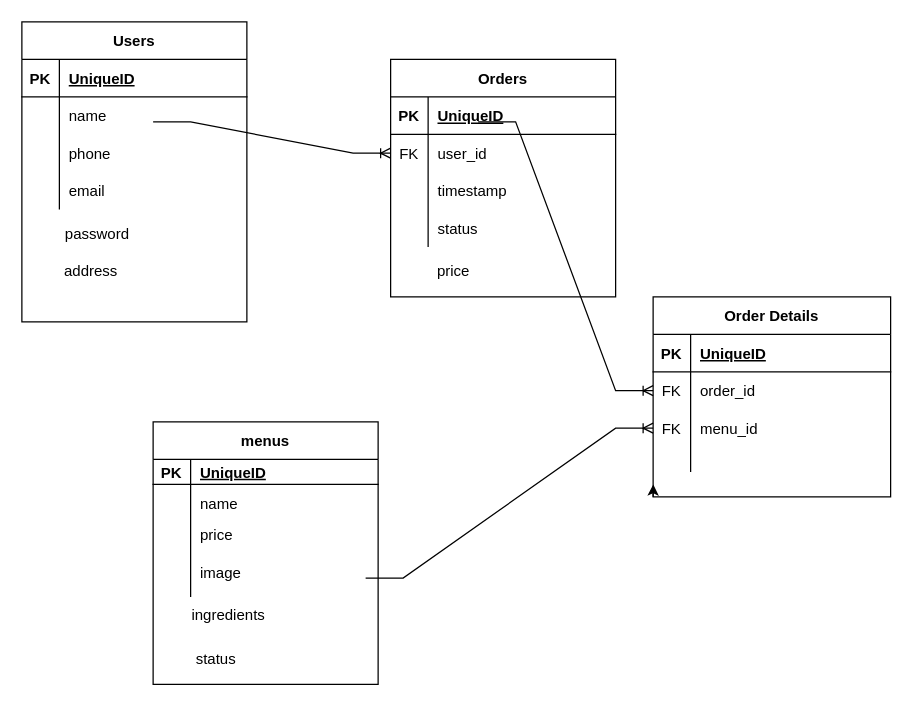
Before: db/schema/restaurant-pickup.drawio in ujjawalsidhpura/Bubbles-A-food-ordering-app, a draw.io diagram. Source tidied: cells renumbered, new cells numbered last; positions are measured from the earlier drawing's top-left corner, leaving out a move shared by most shapes. Both pictures are drawn from the tidied source at 125%, with x=0, y=0 at pixel (21, 21).
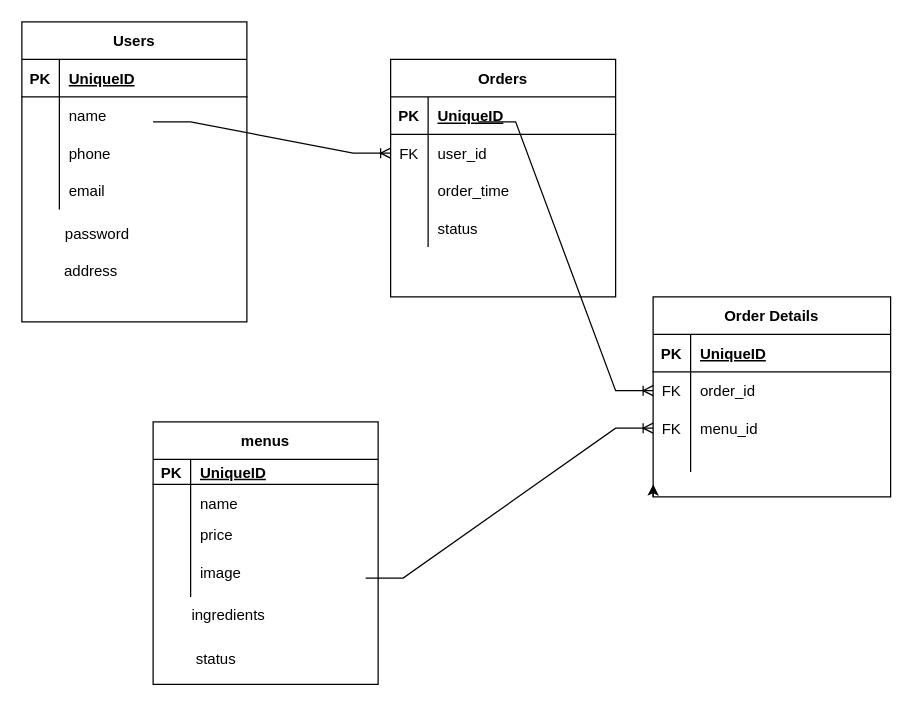
Above is the later version.

The change refers to these unchanged cells:
```xml
<mxCell id="24" style="shape=partialRectangle;fillColor=none;top=0;left=0;bottom=0;right=0;" parent="17" vertex="1">
  <mxGeometry y="90" width="180" height="30" as="geometry" />
</mxCell>
```

Diff of the diagram source:
```diff
@@
-    <mxCell id="26" value="timestamp" style="shape=partialRectangle;fillColor=none;top=0;left=0;bottom=0;right=0;align=left;spacingLeft=6;overflow=hidden;" parent="24" vertex="1">
+    <mxCell id="26" value="order_time" style="shape=partialRectangle;fillColor=none;top=0;left=0;bottom=0;right=0;align=left;spacingLeft=6;overflow=hidden;" parent="24" vertex="1">
       <mxGeometry x="30" width="150" height="30" as="geometry" />
     </mxCell>
@@
-    <mxCell id="31" value="price" style="text;html=1;align=center;verticalAlign=middle;strokeColor=none;fillColor=none;" parent="1" vertex="1">
-      <mxGeometry x="325" y="190" width="40" height="20" as="geometry" />
-    </mxCell>
```
